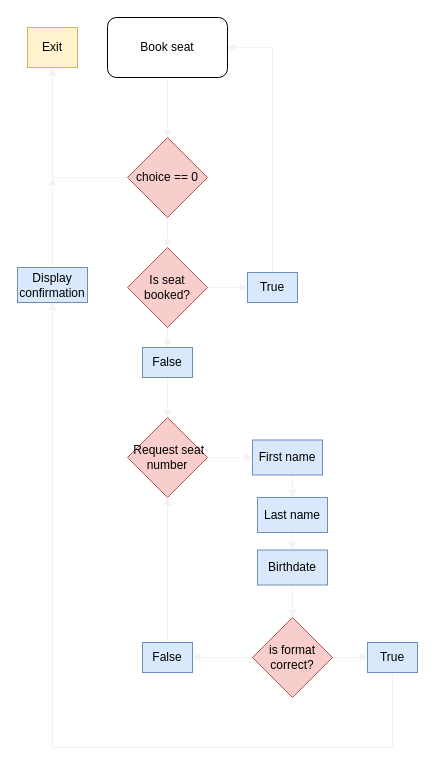
Earlier version of the draw.io diagram Untitled Diagram.drawio (Miishri/Programming1_Projekt2). Source tidied: cells renumbered, new cells numbered last; positions are measured from the earlier drawing's top-left corner, leaving out a move shared by most shapes. Both pictures are drawn from the tidied source at 100%, with x=0, y=0 at pixel (17, 17).
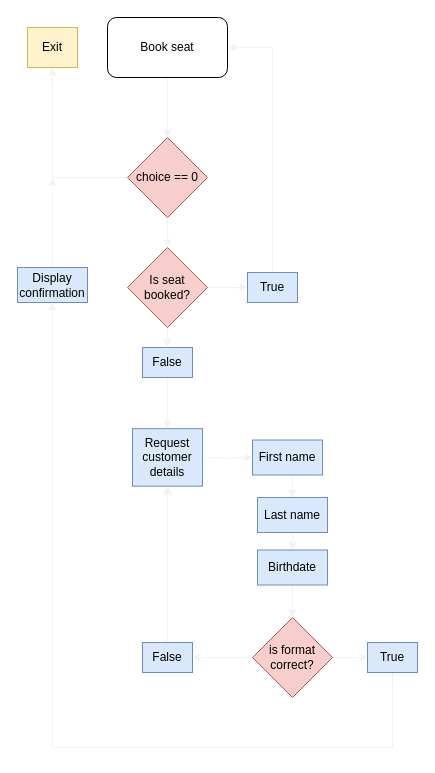
The same diagram, later.

Unchanged cells that the change refers to:
```xml
<mxCell id="12" value="False" style="rounded=0;whiteSpace=wrap;html=1;fillColor=#dae8fc;strokeColor=#6c8ebf;" parent="1" vertex="1">
  <mxGeometry x="125" y="330" width="50" height="30" as="geometry" />
</mxCell>
<mxCell id="18" value="First name" style="rounded=0;whiteSpace=wrap;html=1;fillColor=#dae8fc;strokeColor=#6c8ebf;" parent="1" vertex="1">
  <mxGeometry x="235" y="422.5" width="70" height="35" as="geometry" />
</mxCell>
<mxCell id="27" value="False" style="rounded=0;whiteSpace=wrap;html=1;fillColor=#dae8fc;strokeColor=#6c8ebf;" parent="1" vertex="1">
  <mxGeometry x="125" y="625" width="50" height="30" as="geometry" />
</mxCell>
```

What changed in the source:
```diff
@@
-    <mxCell id="7" style="edgeStyle=orthogonalEdgeStyle;rounded=0;jettySize=auto;html=1;entryX=0;entryY=0.5;entryDx=0;entryDy=0;strokeColor=#F2F2F2;" parent="1" edge="1" source="8" target="18">
-      <mxGeometry relative="1" as="geometry" />
+    <mxCell id="7" style="edgeStyle=orthogonalEdgeStyle;rounded=0;jettySize=auto;html=1;entryX=0;entryY=0.5;entryDx=0;entryDy=0;strokeColor=#F2F2F2;" parent="1" edge="1" target="18">
+      <mxGeometry relative="1" as="geometry">
+        <mxPoint x="190" y="440" as="sourcePoint" />
+      </mxGeometry>
     </mxCell>
-    <mxCell id="8" value="&amp;nbsp;Request seat number" style="rhombus;whiteSpace=wrap;html=1;fillColor=#f8cecc;strokeColor=#b85450;" parent="1" vertex="1">
-      <mxGeometry x="110" y="400" width="80" height="80" as="geometry" />
-    </mxCell>
@@
-    <mxCell id="11" style="edgeStyle=orthogonalEdgeStyle;rounded=0;jettySize=auto;html=1;exitX=0.5;exitY=1;exitDx=0;exitDy=0;entryX=0.5;entryY=0;entryDx=0;entryDy=0;strokeColor=#F2F2F2;" parent="1" edge="1" source="12" target="8">
+    <mxCell id="11" style="edgeStyle=orthogonalEdgeStyle;rounded=0;jettySize=auto;html=1;exitX=0.5;exitY=1;exitDx=0;exitDy=0;entryX=0.5;entryY=0;entryDx=0;entryDy=0;strokeColor=#F2F2F2;" parent="1" edge="1" source="12" target="32">
       <mxGeometry relative="1" as="geometry" />
     </mxCell>
@@
-    <mxCell id="26" style="edgeStyle=orthogonalEdgeStyle;rounded=0;jettySize=auto;html=1;entryX=0.5;entryY=1;entryDx=0;entryDy=0;strokeColor=#F2F2F2;" parent="1" edge="1" source="27" target="8">
+    <mxCell id="26" style="edgeStyle=orthogonalEdgeStyle;rounded=0;jettySize=auto;html=1;entryX=0.5;entryY=1;entryDx=0;entryDy=0;strokeColor=#F2F2F2;" parent="1" edge="1" source="27" target="32">
       <mxGeometry relative="1" as="geometry" />
     </mxCell>
@@
+    <mxCell id="32" value="Request customer details" style="rounded=0;whiteSpace=wrap;html=1;fillColor=#dae8fc;strokeColor=#6c8ebf;" parent="1" vertex="1">
+      <mxGeometry x="115" y="411.2" width="70" height="57.5" as="geometry" />
+    </mxCell>
```
